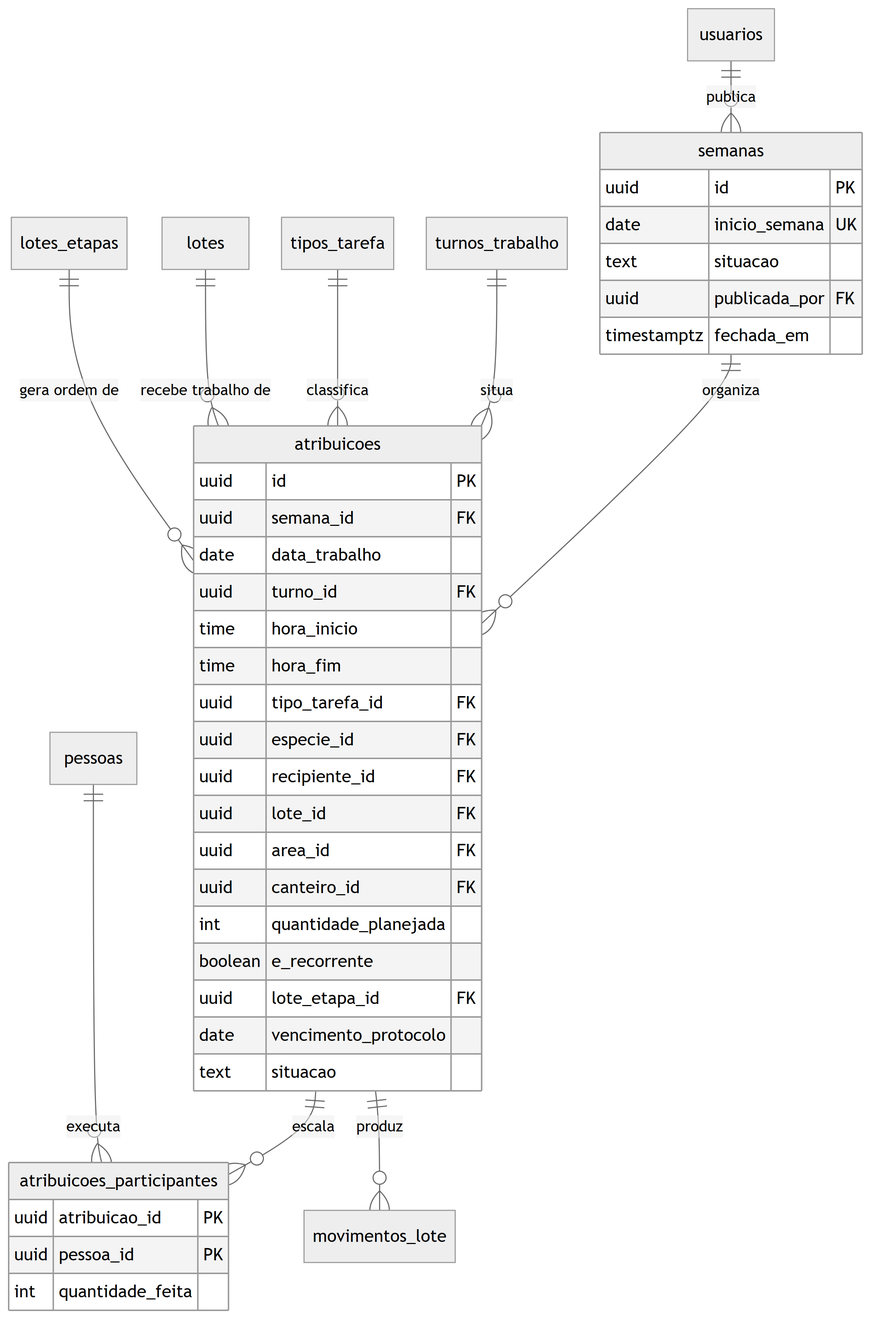
This is docs/engenharia/modelo-dados-pt/img/fig14-producao-agenda.png from JoaoMudar/tcc, a Mermaid export, as it was before one commit. Its source is kept beside it as docs/engenharia/modelo-dados-pt/mmd/fig14-producao-agenda.mmd.
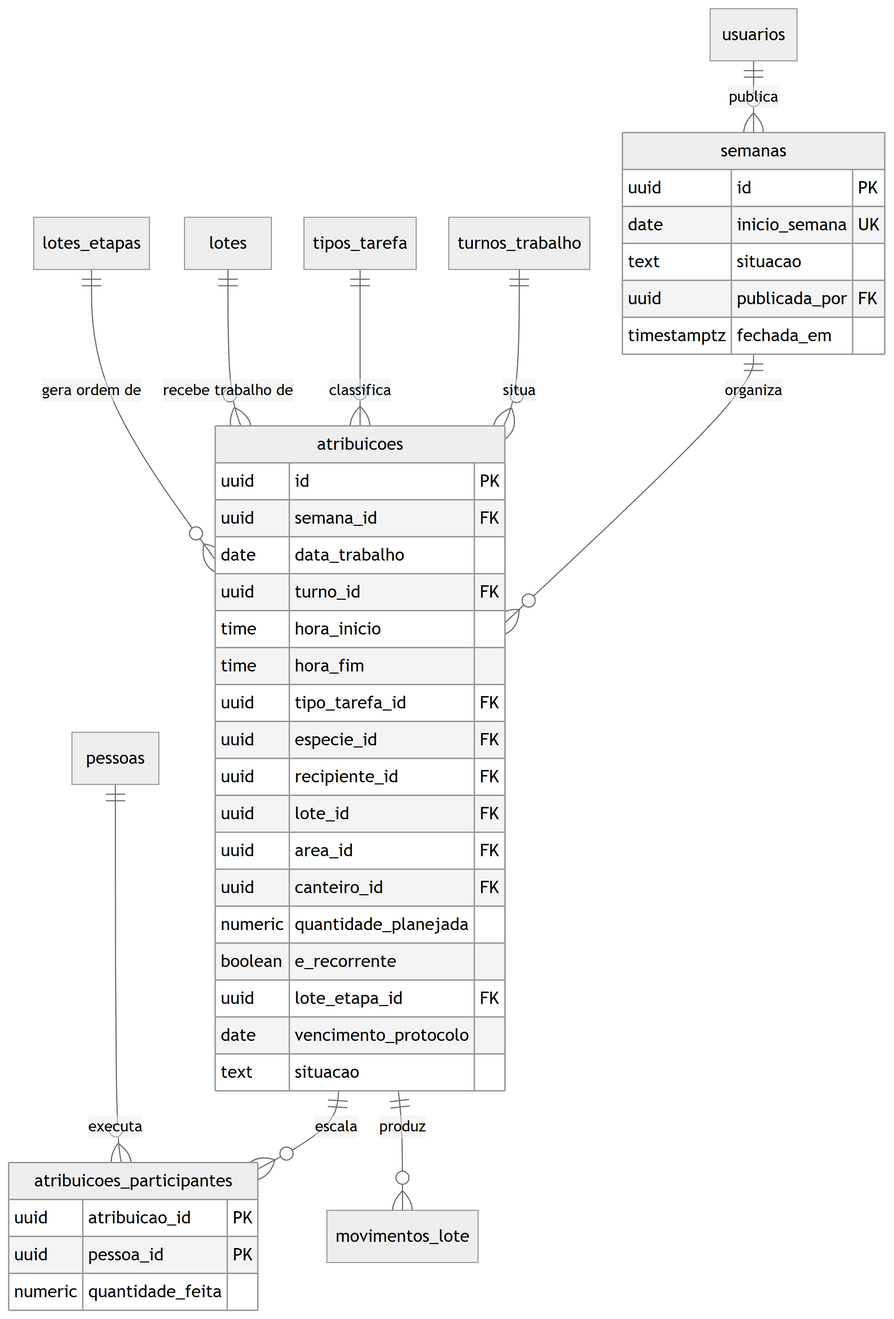
After the change.

What changed in the source:
```diff
@@ -19,16 +19,16 @@
     uuid    lote_id FK
     uuid    area_id FK
     uuid    canteiro_id FK
-    int     quantidade_planejada
+    numeric quantidade_planejada
     boolean e_recorrente
     uuid    lote_etapa_id FK
     date    vencimento_protocolo
     text    situacao
   }
   atribuicoes_participantes {
-    uuid atribuicao_id PK
-    uuid pessoa_id PK
-    int  quantidade_feita
+    uuid    atribuicao_id PK
+    uuid    pessoa_id PK
+    numeric quantidade_feita
   }
   turnos_trabalho {}
   tipos_tarefa {}
```
